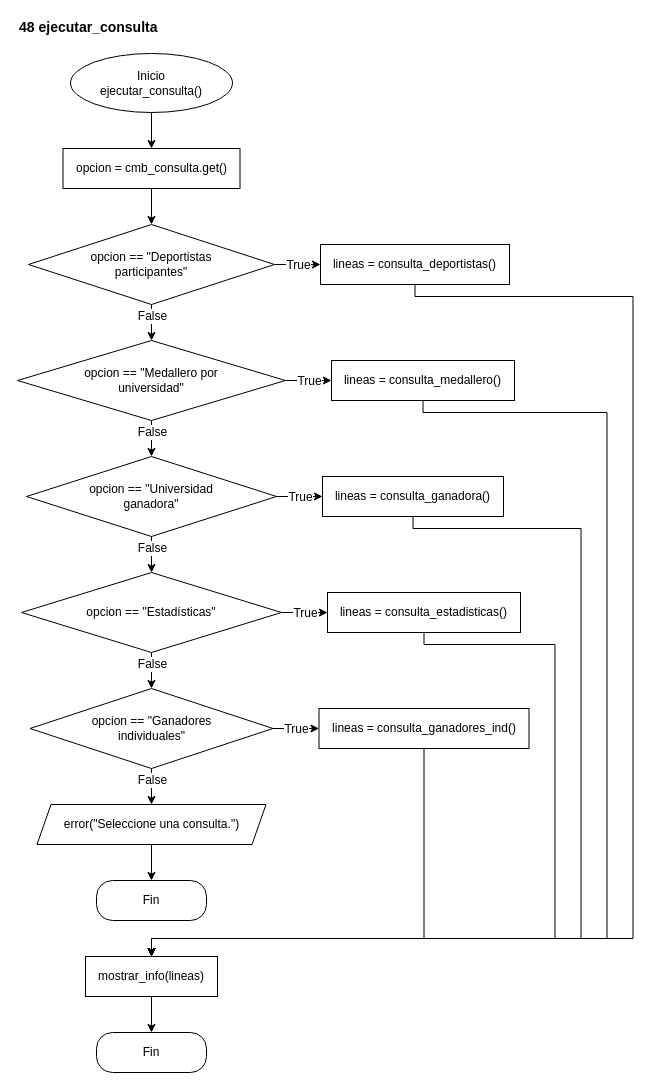
Before: page "48 ejecutar_consulta" (1 of 21) of Mini_Proyecto_2/Diagramas_Flujo/Diagramas_Mini_Proyecto_2.drawio in MichaelNavAch/Miniproyectos-Fund.-Algoritmos-y-Progam., a draw.io diagram. Source tidied: cells renumbered, new cells numbered last; positions are measured from the earlier drawing's top-left corner, leaving out a move shared by most shapes. Both pictures are drawn from the tidied source at 100%, with x=0, y=0 at pixel (17, 17).
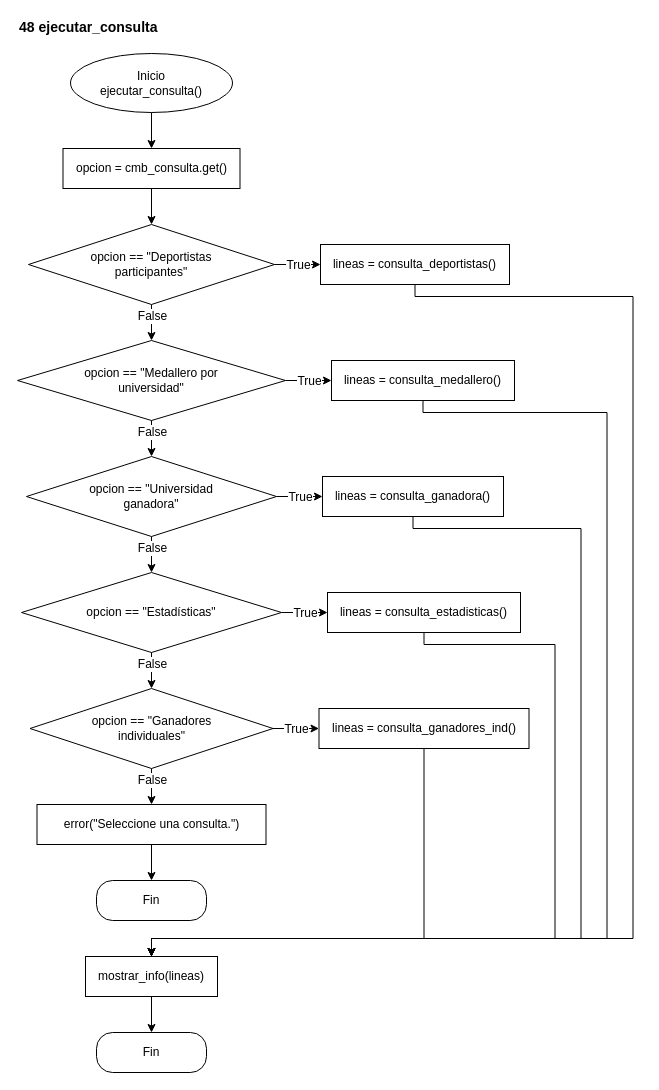
Above is the later version.

Change to the diagram source:
```diff
@@
-    <mxCell id="15" value="error(&quot;Seleccione una consulta.&quot;)" style="shape=parallelogram;perimeter=parallelogramPerimeter;whiteSpace=wrap;html=1;fixedSize=1;size=14;fontFamily=Helvetica;fontSize=12;fillColor=#FFFFFF;strokeColor=#000000;fontColor=#000000;" parent="1" vertex="1">
+    <mxCell id="15" value="error(&quot;Seleccione una consulta.&quot;)" style="rounded=0;whiteSpace=wrap;html=1;fontFamily=Helvetica;fontSize=12;fillColor=#FFFFFF;strokeColor=#000000;fontColor=#000000;" parent="1" vertex="1">
       <mxGeometry x="19.5" y="787" width="229" height="40" as="geometry" />
     </mxCell>
```
